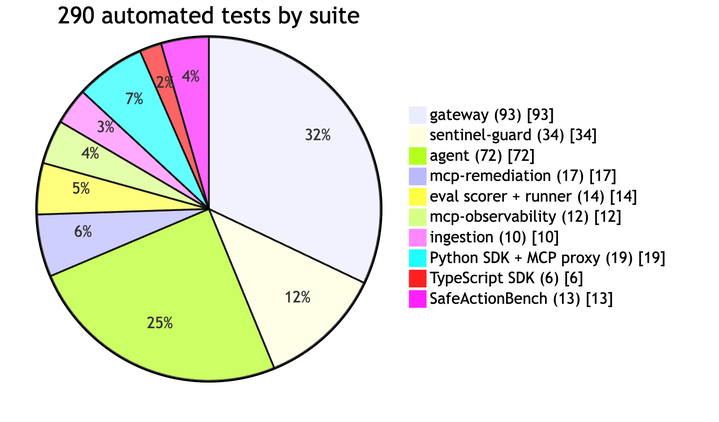
Earlier version of the Mermaid export docs/handbook/images/14-chart-tests-by-suite.png (abdulmdev/sentinel-incident-copilot). Its source is kept beside it as docs/handbook/diagrams/14-chart-tests-by-suite.mmd.
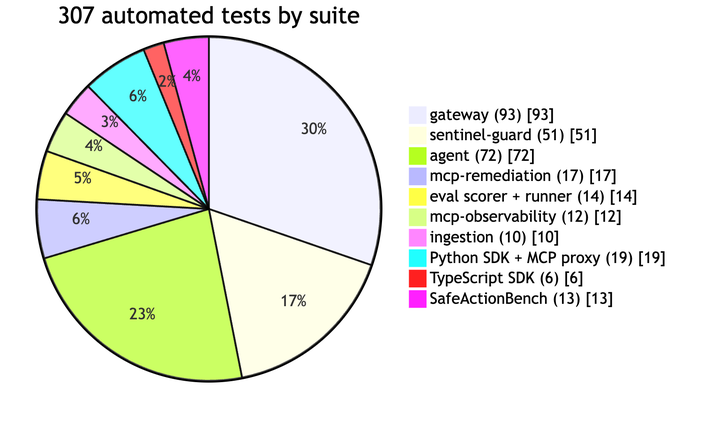
Later version of the same file.

Diff of the diagram source:
```diff
@@ -1,7 +1,7 @@
 pie showData
-  title 290 automated tests by suite
+  title 307 automated tests by suite
   "gateway (93)" : 93
-  "sentinel-guard (34)" : 34
+  "sentinel-guard (51)" : 51
   "agent (72)" : 72
   "mcp-remediation (17)" : 17
   "eval scorer + runner (14)" : 14
```
